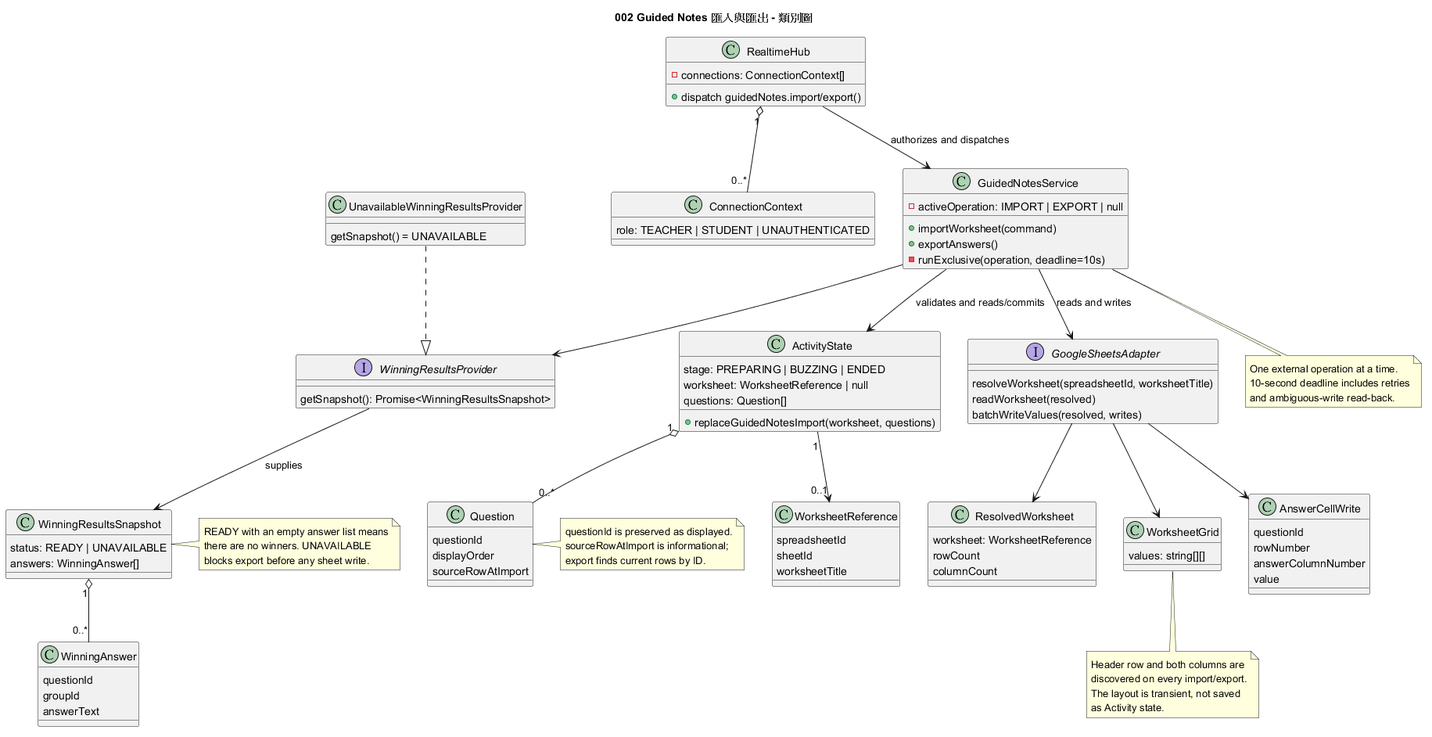
The PlantUML diagram diagrams/002-guided-notes-class.png in ncuyvonne/speckit-buzzer, before a commit.
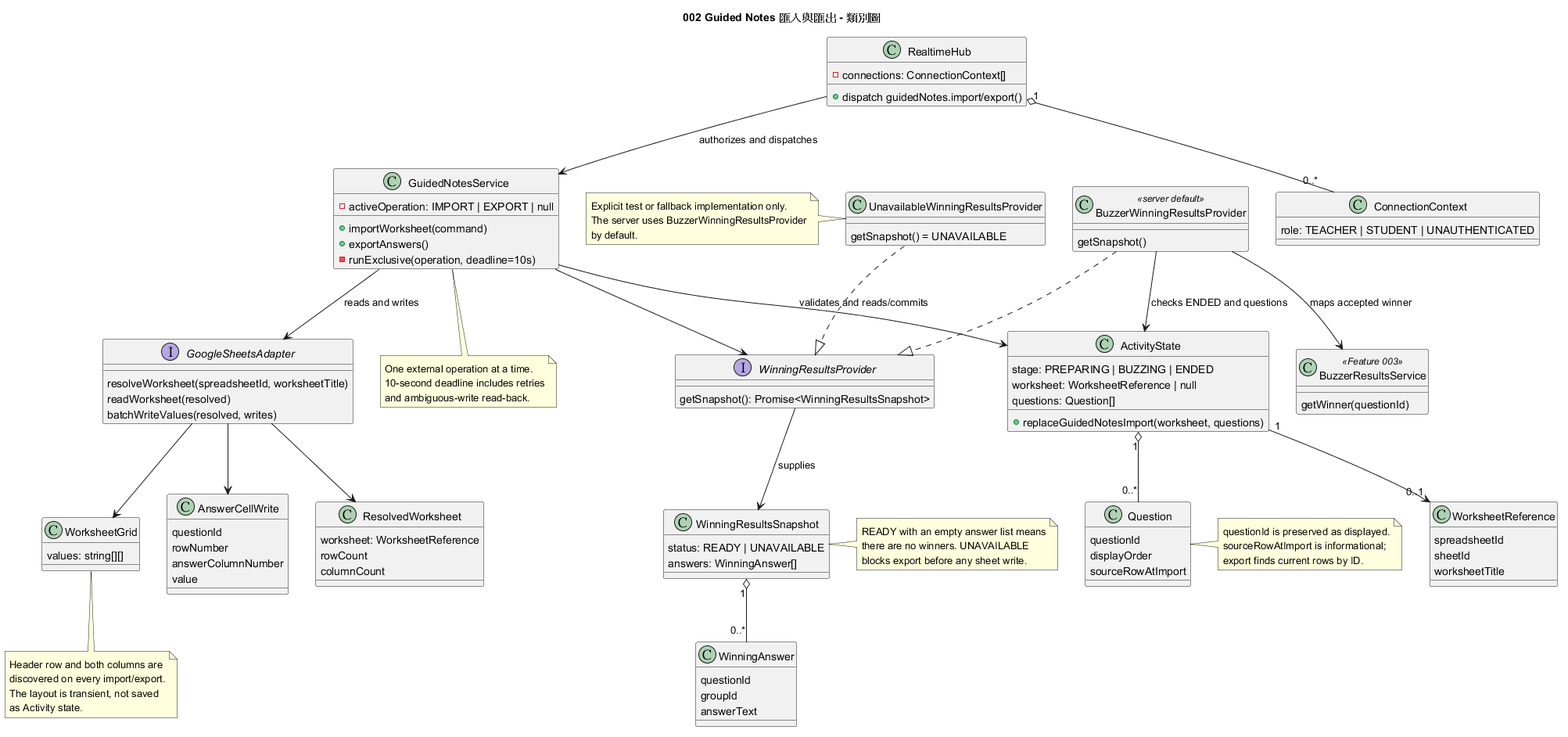
After the commit.

The edit, as a diff of the source:
```diff
@@ -67,6 +67,14 @@
   getSnapshot() = UNAVAILABLE
 }
 
+class BuzzerWinningResultsProvider <<server default>> {
+  getSnapshot()
+}
+
+class BuzzerResultsService <<Feature 003>> {
+  getWinner(questionId)
+}
+
 class WinningResultsSnapshot {
   status: READY | UNAVAILABLE
   answers: WinningAnswer[]
@@ -89,6 +97,9 @@
 GoogleSheetsAdapter --> AnswerCellWrite
 GuidedNotesService --> WinningResultsProvider
 UnavailableWinningResultsProvider ..|> WinningResultsProvider
+BuzzerWinningResultsProvider ..|> WinningResultsProvider
+BuzzerWinningResultsProvider --> BuzzerResultsService : maps accepted winner
+BuzzerWinningResultsProvider --> ActivityState : checks ENDED and questions
 WinningResultsProvider --> WinningResultsSnapshot : supplies
 WinningResultsSnapshot "1" o-- "0..*" WinningAnswer
 
@@ -111,6 +122,12 @@
 blocks export before any sheet write.
 end note
 
+note left of UnavailableWinningResultsProvider
+Explicit test or fallback implementation only.
+The server uses BuzzerWinningResultsProvider
+by default.
+end note
+
 note bottom of GuidedNotesService
 One external operation at a time.
 10-second deadline includes retries
```
